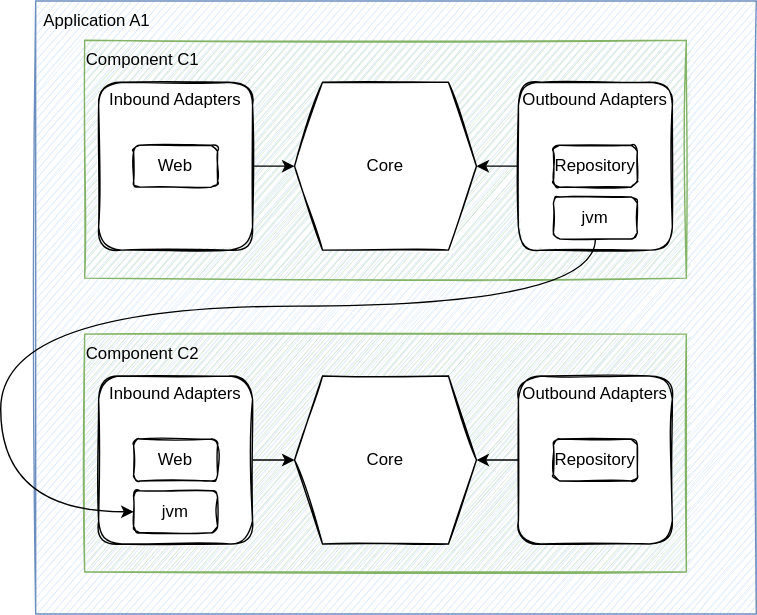
devonfw/java keeps this draw.io diagram as modules/ROOT/images/hexagonal_component_architecture_modules2.drawio.svg. Above is the earlier version. Source tidied: cells renumbered, new cells last; positions are measured from the earlier drawing's top-left corner, leaving out a move shared by most shapes. Source of this version:
```xml
<mxGraphModel>
  <root>
    <mxCell id="0" />
    <mxCell id="1" parent="0" />
    <mxCell id="2" value="Application A1" style="rounded=0;whiteSpace=wrap;html=1;sketch=1;labelPosition=left;verticalLabelPosition=top;align=right;verticalAlign=bottom;spacing=-21;spacingRight=-61;fillColor=#dae8fc;strokeColor=#6c8ebf;" parent="1" vertex="1">
      <mxGeometry x="25" width="515" height="438" as="geometry" />
    </mxCell>
    <mxCell id="3" value="Component C1" style="rounded=0;whiteSpace=wrap;html=1;sketch=1;labelPosition=left;verticalLabelPosition=top;align=right;verticalAlign=bottom;spacing=-21;spacingRight=-61;fillColor=#d5e8d4;strokeColor=#82b366;" parent="1" vertex="1">
      <mxGeometry x="60" y="28" width="430" height="170" as="geometry" />
    </mxCell>
    <mxCell id="4" value="Core" style="shape=hexagon;perimeter=hexagonPerimeter2;whiteSpace=wrap;html=1;fixedSize=1;sketch=1;" parent="1" vertex="1">
      <mxGeometry x="210" y="58" width="130" height="120" as="geometry" />
    </mxCell>
    <mxCell id="5" style="edgeStyle=orthogonalEdgeStyle;rounded=0;jettySize=auto;html=1;entryX=0;entryY=0.5;entryDx=0;entryDy=0;" parent="1" edge="1" source="6" target="4">
      <mxGeometry relative="1" as="geometry" />
    </mxCell>
    <mxCell id="6" value="Inbound Adapters" style="rounded=1;whiteSpace=wrap;html=1;sketch=1;labelPosition=center;verticalLabelPosition=top;align=center;verticalAlign=bottom;spacing=-20;" parent="1" vertex="1">
      <mxGeometry x="70" y="58" width="110" height="120" as="geometry" />
    </mxCell>
    <mxCell id="7" style="edgeStyle=orthogonalEdgeStyle;rounded=0;jettySize=auto;html=1;exitX=0;exitY=0.5;exitDx=0;exitDy=0;entryX=1;entryY=0.5;entryDx=0;entryDy=0;" parent="1" edge="1" source="8" target="4">
      <mxGeometry relative="1" as="geometry" />
    </mxCell>
    <mxCell id="8" value="Outbound Adapters" style="rounded=1;whiteSpace=wrap;html=1;sketch=1;labelPosition=center;verticalLabelPosition=top;align=center;verticalAlign=bottom;spacing=-20;" parent="1" vertex="1">
      <mxGeometry x="370" y="58" width="110" height="120" as="geometry" />
    </mxCell>
    <mxCell id="9" value="Web" style="rounded=1;whiteSpace=wrap;html=1;sketch=1;" parent="1" vertex="1">
      <mxGeometry x="95" y="103" width="60" height="30" as="geometry" />
    </mxCell>
    <mxCell id="10" value="Repository" style="rounded=1;whiteSpace=wrap;html=1;sketch=1;" parent="1" vertex="1">
      <mxGeometry x="395" y="103" width="60" height="30" as="geometry" />
    </mxCell>
    <mxCell id="11" value="Component C2" style="rounded=0;whiteSpace=wrap;html=1;sketch=1;labelPosition=left;verticalLabelPosition=top;align=right;verticalAlign=bottom;spacing=-21;spacingRight=-61;fillColor=#d5e8d4;strokeColor=#82b366;" parent="1" vertex="1">
      <mxGeometry x="60" y="238" width="430" height="170" as="geometry" />
    </mxCell>
    <mxCell id="12" value="Core" style="shape=hexagon;perimeter=hexagonPerimeter2;whiteSpace=wrap;html=1;fixedSize=1;sketch=1;" parent="1" vertex="1">
      <mxGeometry x="210" y="268" width="130" height="120" as="geometry" />
    </mxCell>
    <mxCell id="13" style="edgeStyle=orthogonalEdgeStyle;rounded=0;jettySize=auto;html=1;entryX=0;entryY=0.5;entryDx=0;entryDy=0;" parent="1" edge="1" source="14" target="12">
      <mxGeometry relative="1" as="geometry" />
    </mxCell>
    <mxCell id="14" value="Inbound Adapters" style="rounded=1;whiteSpace=wrap;html=1;sketch=1;labelPosition=center;verticalLabelPosition=top;align=center;verticalAlign=bottom;spacing=-20;" parent="1" vertex="1">
      <mxGeometry x="70" y="268" width="110" height="120" as="geometry" />
    </mxCell>
    <mxCell id="15" style="edgeStyle=orthogonalEdgeStyle;rounded=0;jettySize=auto;html=1;exitX=0;exitY=0.5;exitDx=0;exitDy=0;entryX=1;entryY=0.5;entryDx=0;entryDy=0;" parent="1" edge="1" source="16" target="12">
      <mxGeometry relative="1" as="geometry" />
    </mxCell>
    <mxCell id="16" value="Outbound Adapters" style="rounded=1;whiteSpace=wrap;html=1;sketch=1;labelPosition=center;verticalLabelPosition=top;align=center;verticalAlign=bottom;spacing=-20;" parent="1" vertex="1">
      <mxGeometry x="370" y="268" width="110" height="120" as="geometry" />
    </mxCell>
    <mxCell id="17" value="Web" style="rounded=1;whiteSpace=wrap;html=1;sketch=1;" parent="1" vertex="1">
      <mxGeometry x="95" y="313" width="60" height="30" as="geometry" />
    </mxCell>
    <mxCell id="18" value="Repository" style="rounded=1;whiteSpace=wrap;html=1;sketch=1;" parent="1" vertex="1">
      <mxGeometry x="395" y="313" width="60" height="30" as="geometry" />
    </mxCell>
    <mxCell id="19" style="edgeStyle=orthogonalEdgeStyle;jettySize=auto;html=1;entryX=0;entryY=0.5;entryDx=0;entryDy=0;curved=1;" parent="1" edge="1" source="20" target="21">
      <mxGeometry relative="1" as="geometry">
        <Array as="points">
          <mxPoint x="425" y="218" />
          <mxPoint y="218" />
          <mxPoint y="365" />
        </Array>
      </mxGeometry>
    </mxCell>
    <mxCell id="20" value="jvm" style="rounded=1;whiteSpace=wrap;html=1;sketch=1;" parent="1" vertex="1">
      <mxGeometry x="395" y="140" width="60" height="30" as="geometry" />
    </mxCell>
    <mxCell id="21" value="jvm" style="rounded=1;whiteSpace=wrap;html=1;sketch=1;" parent="1" vertex="1">
      <mxGeometry x="95" y="350" width="60" height="30" as="geometry" />
    </mxCell>
  </root>
</mxGraphModel>
```
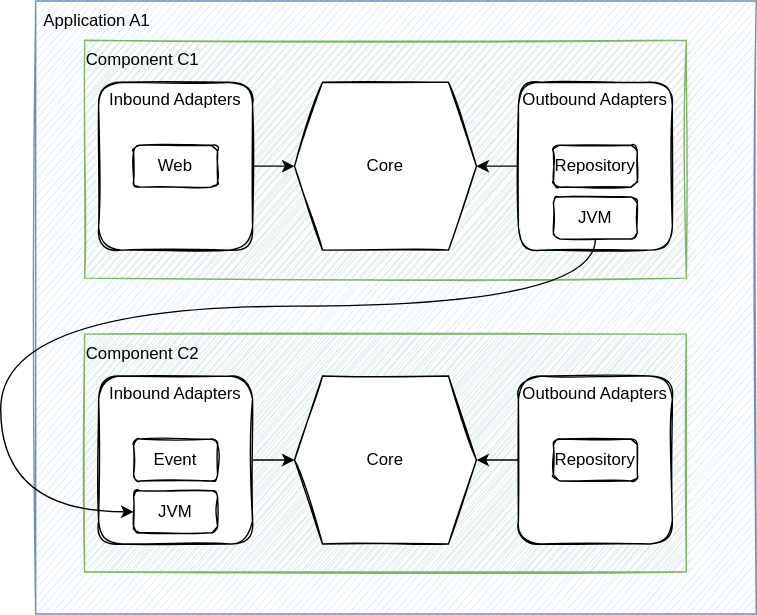
The same file after the commit.

Diff of the diagram source:
```diff
@@ -47,7 +47,7 @@
     <mxCell id="16" value="Outbound Adapters" style="rounded=1;whiteSpace=wrap;html=1;sketch=1;labelPosition=center;verticalLabelPosition=top;align=center;verticalAlign=bottom;spacing=-20;" parent="1" vertex="1">
       <mxGeometry x="370" y="268" width="110" height="120" as="geometry" />
     </mxCell>
-    <mxCell id="17" value="Web" style="rounded=1;whiteSpace=wrap;html=1;sketch=1;" parent="1" vertex="1">
+    <mxCell id="17" value="Event" style="rounded=1;whiteSpace=wrap;html=1;sketch=1;" parent="1" vertex="1">
       <mxGeometry x="95" y="313" width="60" height="30" as="geometry" />
     </mxCell>
     <mxCell id="18" value="Repository" style="rounded=1;whiteSpace=wrap;html=1;sketch=1;" parent="1" vertex="1">
@@ -62,10 +62,10 @@
         </Array>
       </mxGeometry>
     </mxCell>
-    <mxCell id="20" value="jvm" style="rounded=1;whiteSpace=wrap;html=1;sketch=1;" parent="1" vertex="1">
+    <mxCell id="20" value="JVM" style="rounded=1;whiteSpace=wrap;html=1;sketch=1;" parent="1" vertex="1">
       <mxGeometry x="395" y="140" width="60" height="30" as="geometry" />
     </mxCell>
-    <mxCell id="21" value="jvm" style="rounded=1;whiteSpace=wrap;html=1;sketch=1;" parent="1" vertex="1">
+    <mxCell id="21" value="JVM" style="rounded=1;whiteSpace=wrap;html=1;sketch=1;" parent="1" vertex="1">
       <mxGeometry x="95" y="350" width="60" height="30" as="geometry" />
     </mxCell>
   </root>
```
